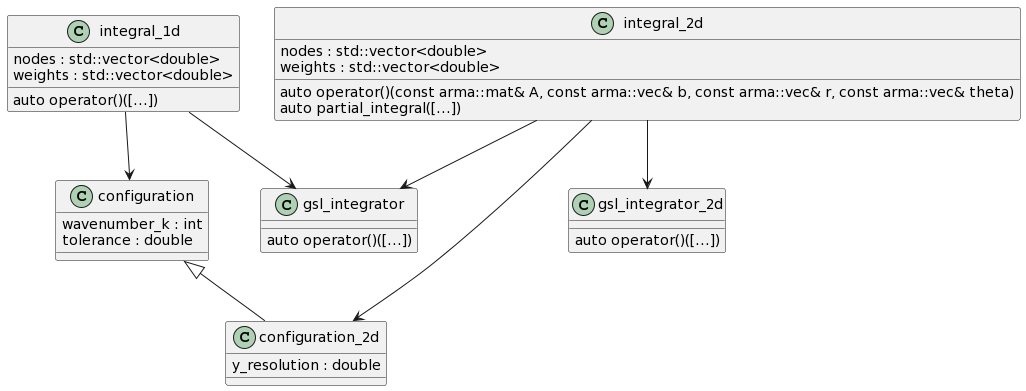
The PlantUML diagram latex/images/uml.png in xoniuqe/master-thesis, before a commit.
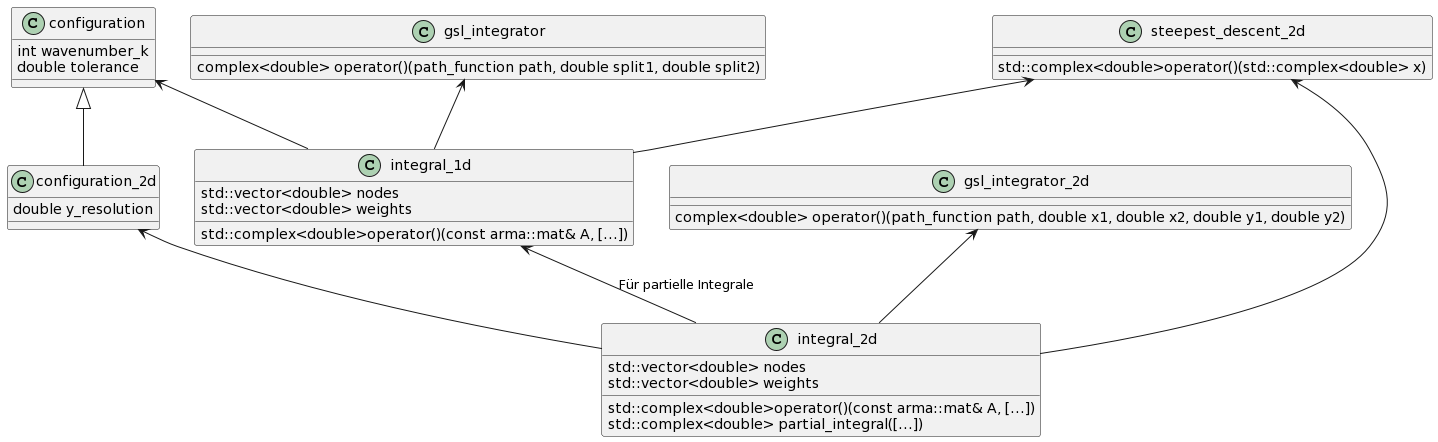
After the commit.

What changed in the source:
```diff
@@ -1,37 +1,46 @@
 @startuml
 class integral_1d {
-  nodes : std::vector<double>
-  weights : std::vector<double>
-  auto operator()([...])
+ std::vector<double> nodes
+ std::vector<double> weights
+ std::complex<double>operator()(const arma::mat& A, [...])
 }
 
 class integral_2d {
-  nodes : std::vector<double>
-  weights : std::vector<double>
-  auto operator()(const arma::mat& A, const arma::vec& b, const arma::vec& r, const arma::vec& theta)
-  auto partial_integral([...])
+ std::vector<double> nodes
+ std::vector<double> weights
+ std::complex<double>operator()(const arma::mat& A, [...])
+ std::complex<double> partial_integral([...])
 }
 
+integral_1d <-- integral_2d : "Für partielle Integrale"
+
+
 class configuration {
-  wavenumber_k : int
-  tolerance : double
+   int wavenumber_k
+   double tolerance
 }
-class configuration_2d {
-  y_resolution : double
+
+class configuration_2d{
+   double y_resolution
 }
 configuration <|-- configuration_2d
+configuration <-- integral_1d
+configuration_2d <-- integral_2d
 
+class gsl_integrator {
+  complex<double> operator()(path_function path, double split1, double split2)
+}
 class gsl_integrator_2d {
-  auto operator()([...])
+  complex<double> operator()(path_function path, double x1, double x2, double y1, double y2)
 }
 
-class gsl_integrator {
-  auto operator()([...])
+gsl_integrator <-- integral_1d
+gsl_integrator_2d <-- integral_2d
+
+class steepest_descent_2d {
+   std::complex<double>operator()(std::complex<double> x)
 }
 
-integral_1d -->configuration
-integral_1d -->gsl_integrator
-integral_2d-->configuration_2d
-integral_2d-->gsl_integrator_2d
-integral_2d-->gsl_integrator
+steepest_descent_2d <-- integral_1d
+steepest_descent_2d <-- integral_2d
 @enduml
```
